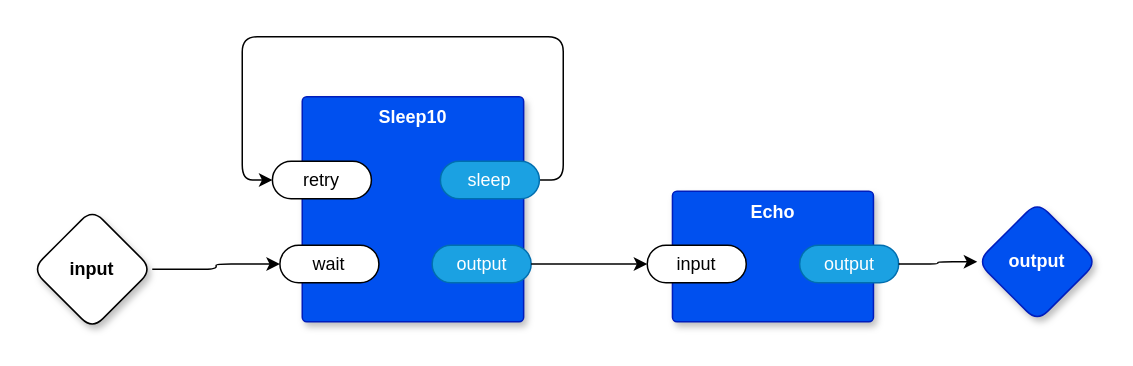
guitarvydas/odin0d keeps this draw.io diagram as page "w10" (4 of 5) of example.drawio. Above is the earlier version. Source tidied: cells renumbered, new cells numbered last; positions are measured from the earlier drawing's top-left corner, leaving out a move shared by most shapes. Both pictures are drawn from the tidied source at 150%, with x=0, y=0 at pixel (32, 36).
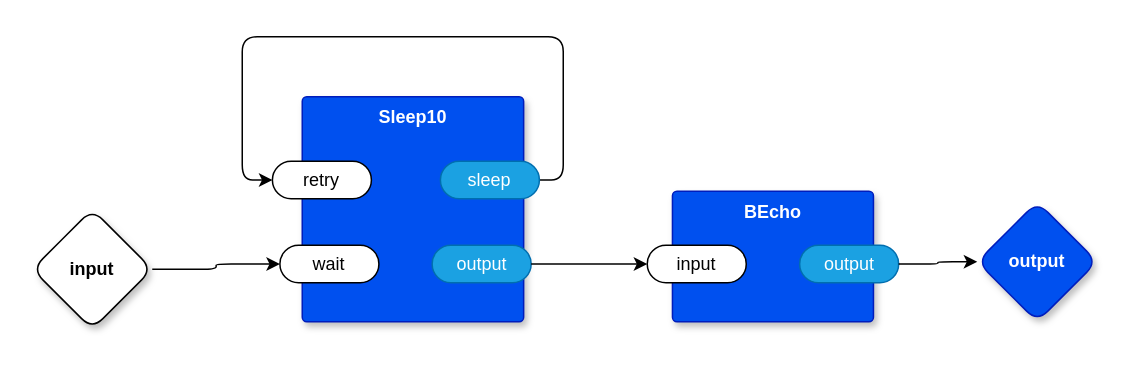
The same page after the edit.

What changed in the source:
```diff
@@
 <mxGraphModel>
   <root>
     <mxCell id="0" />
     <mxCell id="1" parent="0" />
-    <mxCell id="2" value="Echo" style="rounded=1;whiteSpace=wrap;html=1;sketch=0;verticalAlign=top;arcSize=6;fontStyle=1;absoluteArcSize=1;shadow=1;strokeColor=#001DBC;fillColor=#0050ef;fontColor=#ffffff;" parent="1" vertex="1">
+    <mxCell id="2" value="BEcho" style="rounded=1;whiteSpace=wrap;html=1;sketch=0;verticalAlign=top;arcSize=6;fontStyle=1;absoluteArcSize=1;shadow=1;strokeColor=#001DBC;fillColor=#0050ef;fontColor=#ffffff;" parent="1" vertex="1">
       <mxGeometry x="426.8" y="103" width="134" height="87" as="geometry" />
     </mxCell>
     <mxCell id="3" value="input" style="rounded=1;whiteSpace=wrap;html=1;sketch=0;points=[[0,0.5,0,0,0],[1,0.5,0,0,0]];arcSize=50;" parent="2" vertex="1">
       <mxGeometry x="-16.8" y="36" width="66" height="25" as="geometry" />
     </mxCell>
     <mxCell id="4" value="output" style="rounded=1;whiteSpace=wrap;html=1;sketch=0;points=[[0,0.5,0,0,0],[1,0.5,0,0,0]];fillColor=#1ba1e2;fontColor=#ffffff;strokeColor=#006EAF;arcSize=50;" parent="2" vertex="1">
       <mxGeometry x="84.8" y="36" width="66" height="25" as="geometry" />
     </mxCell>
     <mxCell id="5" style="edgeStyle=orthogonalEdgeStyle;rounded=1;jettySize=auto;html=1;" parent="1" edge="1" source="6" target="10">
       <mxGeometry relative="1" as="geometry" />
     </mxCell>
     <mxCell id="6" value="input" style="rhombus;whiteSpace=wrap;html=1;rounded=1;fontStyle=1;glass=0;sketch=0;fontSize=12;points=[[0,0.5,0,0,0],[0.5,0,0,0,0],[0.5,1,0,0,0],[1,0.5,0,0,0]];shadow=1;" parent="1" vertex="1">
       <mxGeometry y="115" width="80" height="80" as="geometry" />
     </mxCell>
     <mxCell id="7" value="output" style="rhombus;whiteSpace=wrap;html=1;rounded=1;fillColor=#0050ef;fontColor=#ffffff;strokeColor=#001DBC;fontStyle=1;glass=0;sketch=0;fontSize=12;points=[[0,0.5,0,0,0],[0.5,0,0,0,0],[0.5,1,0,0,0],[1,0.5,0,0,0]];shadow=1;" parent="1" vertex="1">
       <mxGeometry x="630" y="110" width="80" height="80" as="geometry" />
     </mxCell>
     <mxCell id="8" style="edgeStyle=orthogonalEdgeStyle;rounded=1;jettySize=auto;html=1;exitX=1;exitY=0.5;exitDx=0;exitDy=0;exitPerimeter=0;" parent="1" edge="1" source="4" target="7">
       <mxGeometry relative="1" as="geometry" />
     </mxCell>
     <mxCell id="9" value="Sleep10" style="rounded=1;whiteSpace=wrap;html=1;sketch=0;verticalAlign=top;arcSize=6;fontStyle=1;absoluteArcSize=1;shadow=1;strokeColor=#001DBC;fillColor=#0050ef;fontColor=#ffffff;" parent="1" vertex="1">
       <mxGeometry x="180" y="40" width="147.6" height="150" as="geometry" />
     </mxCell>
     <mxCell id="10" value="wait" style="rounded=1;whiteSpace=wrap;html=1;sketch=0;points=[[0,0.5,0,0,0],[1,0.5,0,0,0]];arcSize=50;" parent="9" vertex="1">
       <mxGeometry x="-14.9" y="99" width="66" height="25" as="geometry" />
     </mxCell>
     <mxCell id="11" value="output" style="rounded=1;whiteSpace=wrap;html=1;sketch=0;points=[[0,0.5,0,0,0],[1,0.5,0,0,0]];fillColor=#1ba1e2;fontColor=#ffffff;strokeColor=#006EAF;arcSize=50;" parent="9" vertex="1">
       <mxGeometry x="86.6" y="99" width="66" height="25" as="geometry" />
     </mxCell>
     <mxCell id="12" value="retry" style="rounded=1;whiteSpace=wrap;html=1;sketch=0;points=[[0,0.5,0,0,0],[1,0.5,0,0,0]];arcSize=50;" parent="9" vertex="1">
       <mxGeometry x="-19.9" y="43" width="66" height="25" as="geometry" />
     </mxCell>
     <mxCell id="13" style="edgeStyle=orthogonalEdgeStyle;rounded=1;jettySize=auto;html=1;entryX=0;entryY=0.5;entryDx=0;entryDy=0;entryPerimeter=0;" parent="9" edge="1" source="14" target="12">
       <mxGeometry relative="1" as="geometry">
         <Array as="points">
           <mxPoint x="174" y="56" />
           <mxPoint x="174" y="-40" />
           <mxPoint x="-40" y="-40" />
           <mxPoint x="-40" y="56" />
         </Array>
       </mxGeometry>
     </mxCell>
     <mxCell id="14" value="sleep" style="rounded=1;whiteSpace=wrap;html=1;sketch=0;points=[[0,0.5,0,0,0],[1,0.5,0,0,0]];fillColor=#1ba1e2;fontColor=#ffffff;strokeColor=#006EAF;arcSize=50;" parent="9" vertex="1">
       <mxGeometry x="92.1" y="43" width="66" height="25" as="geometry" />
     </mxCell>
     <mxCell id="15" style="edgeStyle=orthogonalEdgeStyle;rounded=1;jettySize=auto;html=1;exitX=1;exitY=0.5;exitDx=0;exitDy=0;exitPerimeter=0;" parent="1" edge="1" source="11" target="3">
       <mxGeometry relative="1" as="geometry" />
     </mxCell>
   </root>
 </mxGraphModel>
```
